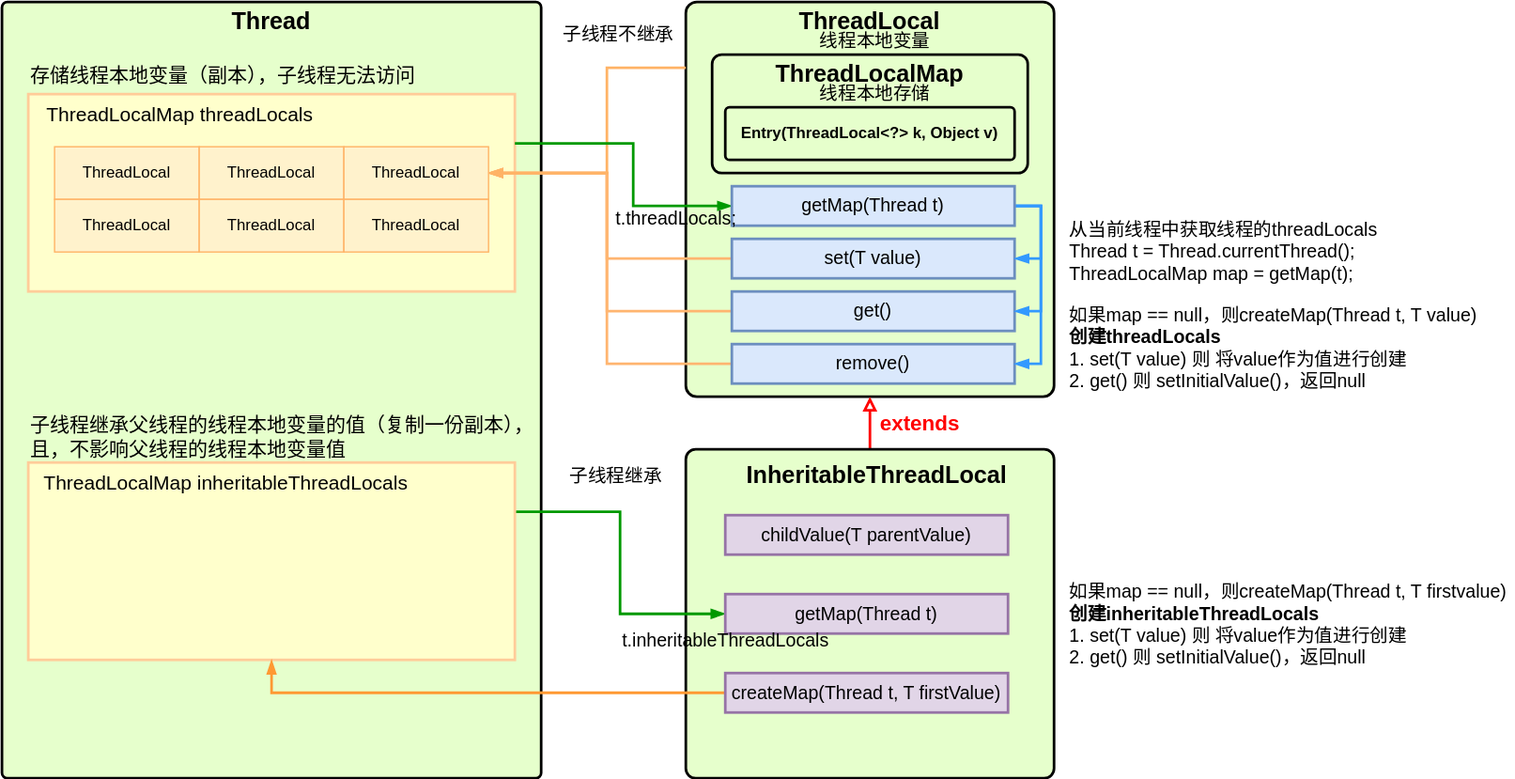
The draw.io diagram pictures/Thread-ThreadLocalMap.drawio.svg in creatern/NoteBook, before a commit. Source tidied: cells renumbered, new cells last; positions are measured from the earlier drawing's top-left corner, leaving out a move shared by most shapes.
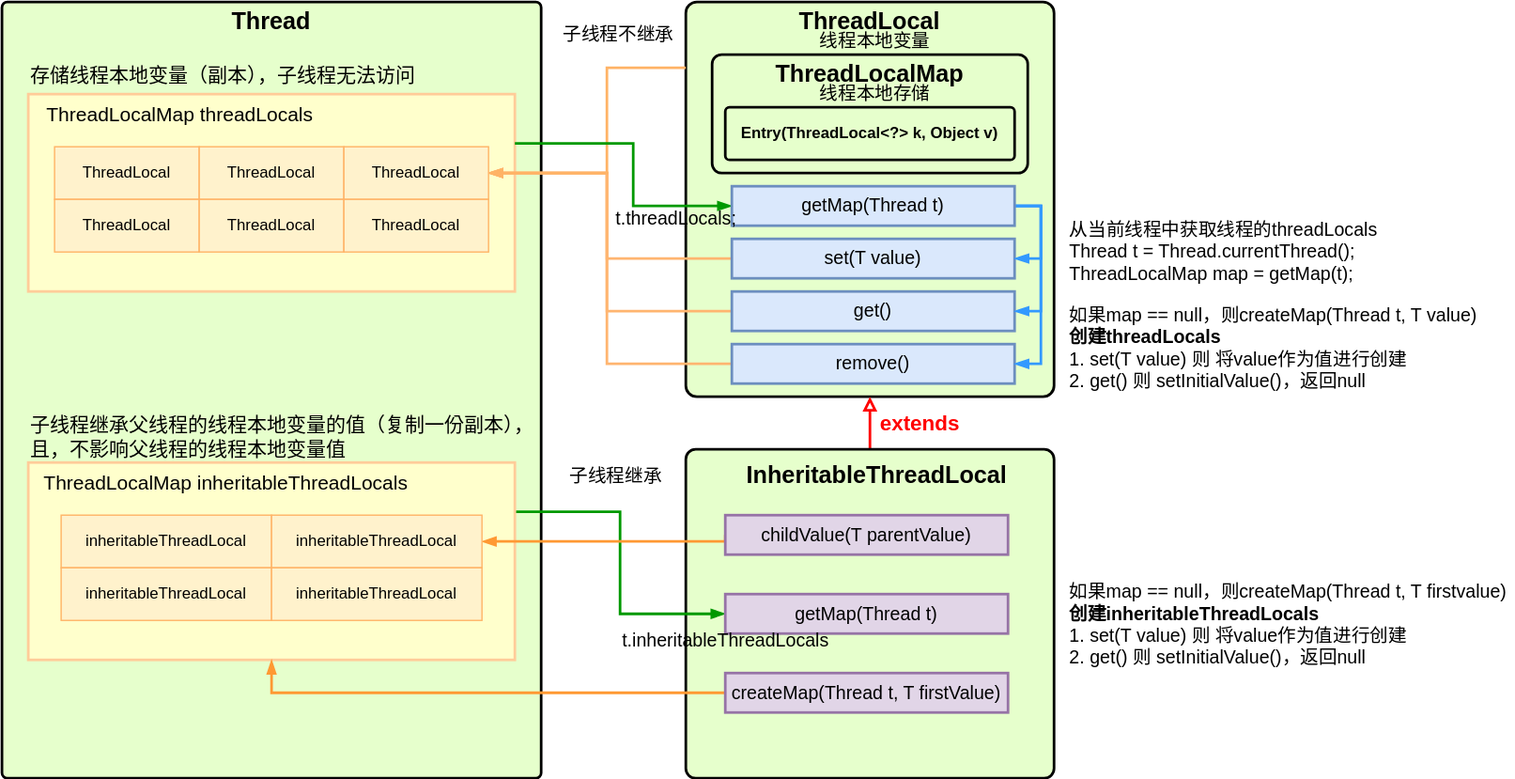
Later version of the same file.

The edit, as a diff of the source:
```diff
@@ -157,6 +157,13 @@
     <mxCell id="44" value="extends" style="text;whiteSpace=wrap;fontSize=16;fontFamily=Helvetica;fontColor=#FF0000;fontStyle=1;" parent="1" vertex="1">
       <mxGeometry x="666" y="304" width="70" height="30" as="geometry" />
     </mxCell>
+    <mxCell id="51" style="edgeStyle=orthogonalEdgeStyle;rounded=0;jettySize=auto;html=1;exitX=0;exitY=0.5;exitDx=0;exitDy=0;entryX=1;entryY=0.5;entryDx=0;entryDy=0;strokeWidth=2;endArrow=blockThin;endFill=1;strokeColor=#FF9933;" parent="1" edge="1" source="45" target="53">
+      <mxGeometry relative="1" as="geometry">
+        <Array as="points">
+          <mxPoint x="550" y="410" />
+        </Array>
+      </mxGeometry>
+    </mxCell>
     <mxCell id="45" value="childValue(T parentValue)" style="rounded=0;whiteSpace=wrap;html=1;fillColor=#e1d5e7;strokeColor=#9673a6;strokeWidth=2;fontSize=14;" parent="1" vertex="1">
       <mxGeometry x="550" y="390" width="215" height="30" as="geometry" />
     </mxCell>
@@ -175,5 +182,17 @@
     <mxCell id="50" value="如果map == null，则createMap(Thread t, T firstvalue)&lt;br&gt;&lt;b&gt;创建inheritableThreadLocals&lt;br&gt;&lt;/b&gt;1. set(T value) 则 将value作为值进行创建&lt;br&gt;2. get() 则 setInitialValue()，返回null" style="text;html=1;strokeColor=none;fillColor=none;align=left;verticalAlign=middle;whiteSpace=wrap;rounded=0;fontSize=14;" parent="1" vertex="1">
       <mxGeometry x="810" y="435" width="340" height="75" as="geometry" />
     </mxCell>
+    <mxCell id="52" value="inheritableThreadLocal" style="rounded=0;whiteSpace=wrap;html=1;fillColor=#FFF2CC;strokeColor=#FFB366;" parent="1" vertex="1">
+      <mxGeometry x="45" y="390" width="160" height="40" as="geometry" />
+    </mxCell>
+    <mxCell id="53" value="inheritableThreadLocal" style="rounded=0;whiteSpace=wrap;html=1;fillColor=#FFF2CC;strokeColor=#FFB366;" parent="1" vertex="1">
+      <mxGeometry x="205" y="390" width="160" height="40" as="geometry" />
+    </mxCell>
+    <mxCell id="54" value="inheritableThreadLocal" style="rounded=0;whiteSpace=wrap;html=1;fillColor=#FFF2CC;strokeColor=#FFB366;" parent="1" vertex="1">
+      <mxGeometry x="45" y="430" width="160" height="40" as="geometry" />
+    </mxCell>
+    <mxCell id="55" value="inheritableThreadLocal" style="rounded=0;whiteSpace=wrap;html=1;fillColor=#FFF2CC;strokeColor=#FFB366;" parent="1" vertex="1">
+      <mxGeometry x="205" y="430" width="160" height="40" as="geometry" />
+    </mxCell>
   </root>
 </mxGraphModel>
```
